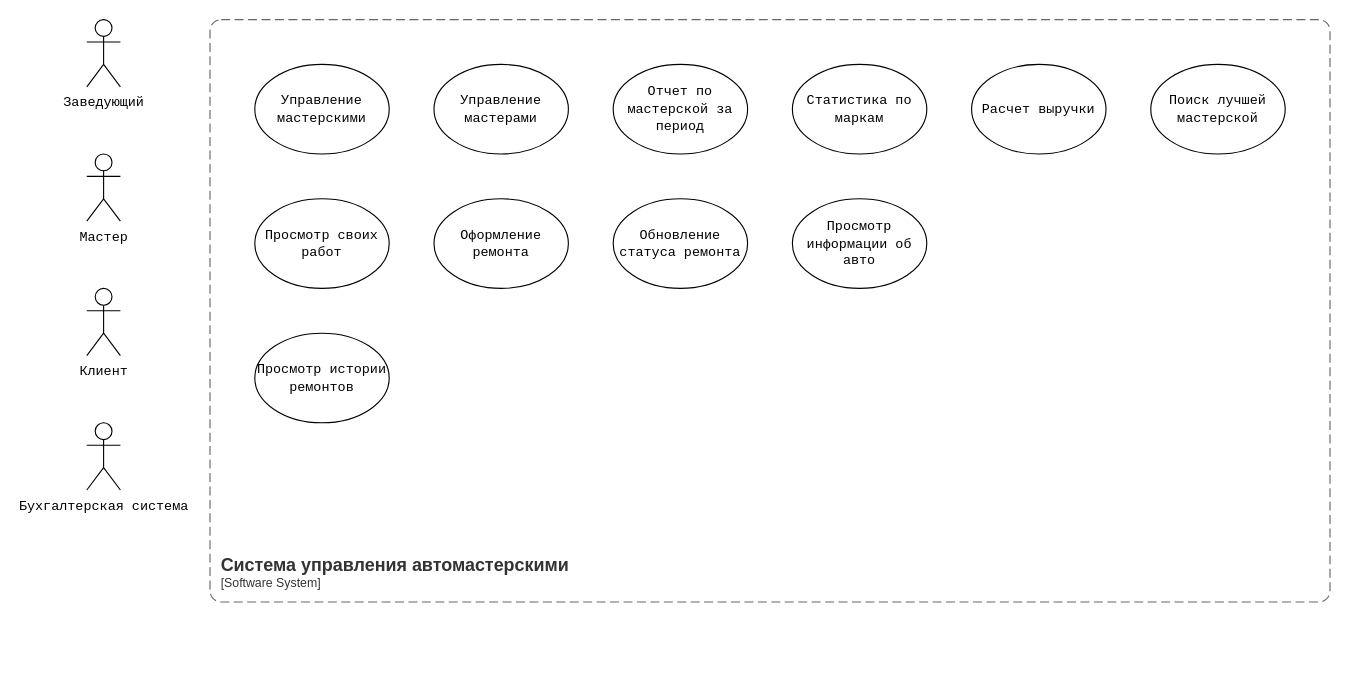
Earlier version of the draw.io diagram drawio/p1.drawio (NgdMav/tpmp-lab4-uml). Source tidied: cells renumbered, new cells numbered last; positions are measured from the earlier drawing's top-left corner, leaving out a move shared by most shapes. Both pictures are drawn from the tidied source at 112%, with x=0, y=0 at pixel (86, 19).
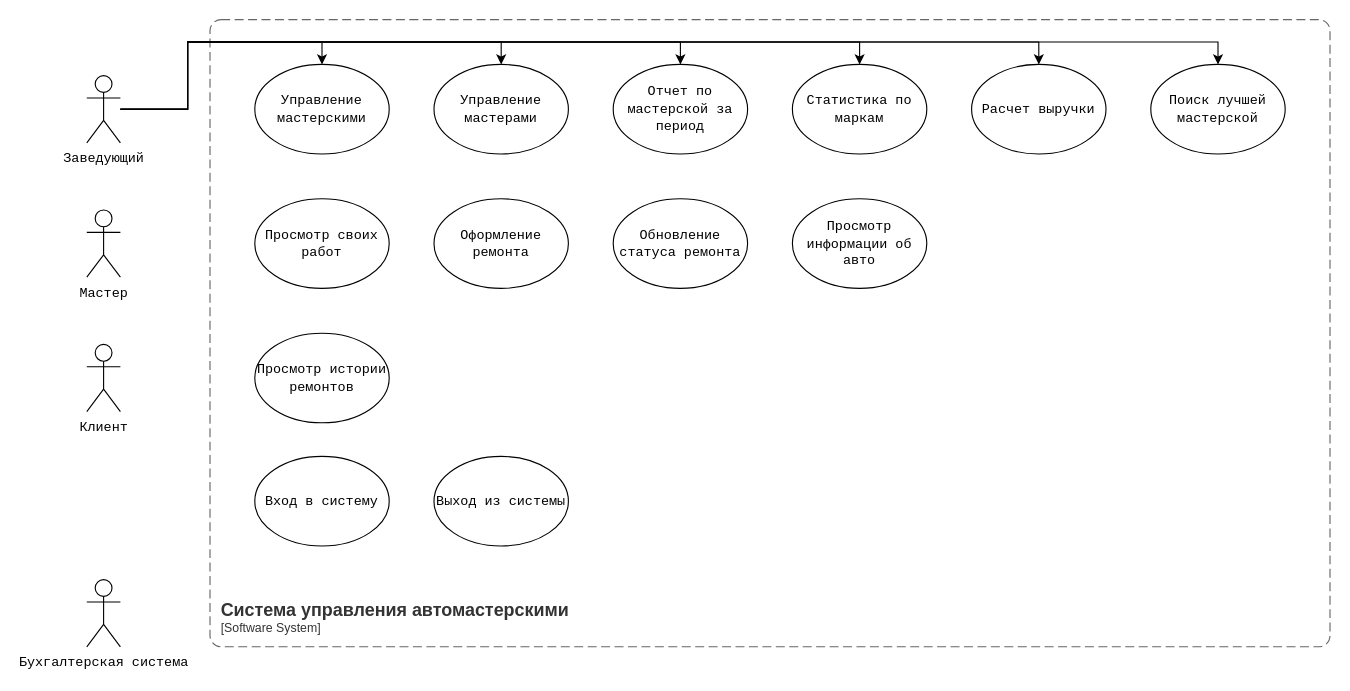
The same page after the edit.

The change refers to these unchanged cells:
```xml
<mxCell id="7" value="&lt;code&gt;Управление мастерскими&lt;/code&gt;" style="ellipse;whiteSpace=wrap;html=1;" parent="1" vertex="1">
  <mxGeometry x="150" y="40" width="120" height="80" as="geometry" />
</mxCell>
<mxCell id="8" value="&lt;code&gt;Управление мастерами&lt;/code&gt;" style="ellipse;whiteSpace=wrap;html=1;" parent="1" vertex="1">
  <mxGeometry x="310" y="40" width="120" height="80" as="geometry" />
</mxCell>
<mxCell id="9" value="&lt;code&gt;Отчет по мастерской за период&lt;/code&gt;" style="ellipse;whiteSpace=wrap;html=1;" parent="1" vertex="1">
  <mxGeometry x="470" y="40" width="120" height="80" as="geometry" />
</mxCell>
<mxCell id="10" value="&lt;code&gt;Статистика по маркам&lt;/code&gt;" style="ellipse;whiteSpace=wrap;html=1;" parent="1" vertex="1">
  <mxGeometry x="630" y="40" width="120" height="80" as="geometry" />
</mxCell>
<mxCell id="11" value="&lt;code&gt;Расчет выручки&lt;/code&gt;" style="ellipse;whiteSpace=wrap;html=1;" parent="1" vertex="1">
  <mxGeometry x="790" y="40" width="120" height="80" as="geometry" />
</mxCell>
<mxCell id="12" value="&lt;code&gt;Поиск лучшей мастерской&lt;/code&gt;" style="ellipse;whiteSpace=wrap;html=1;" parent="1" vertex="1">
  <mxGeometry x="950" y="40" width="120" height="80" as="geometry" />
</mxCell>
```

What changed in the source:
```diff
@@
     <object id="2" label="&lt;font style=&quot;font-size: 16px&quot;&gt;&lt;b&gt;&lt;div style=&quot;text-align: left&quot;&gt;%c4Name%&lt;/div&gt;&lt;/b&gt;&lt;/font&gt;&lt;div style=&quot;text-align: left&quot;&gt;[%c4Application%]&lt;/div&gt;" c4Application="Software System" c4Name="Система управления автомастерскими" placeholders="1">
       <mxCell style="rounded=1;fontSize=11;whiteSpace=wrap;html=1;dashed=1;arcSize=20;fillColor=none;strokeColor=#666666;fontColor=#333333;labelBackgroundColor=none;align=left;verticalAlign=bottom;labelBorderColor=none;spacingTop=0;spacing=10;dashPattern=8 4;perimeter=rectanglePerimeter;noLabel=0;labelPadding=0;absoluteArcSize=1;" parent="1" vertex="1">
-        <mxGeometry x="110" width="1000" height="520" as="geometry" />
+        <mxGeometry x="110" width="1000" height="560" as="geometry" />
       </mxCell>
     </object>
+    <mxCell id="18" style="edgeStyle=orthogonalEdgeStyle;rounded=0;jettySize=auto;html=1;entryX=0.5;entryY=0;entryDx=0;entryDy=0;" parent="1" edge="1" source="3" target="7">
+      <mxGeometry relative="1" as="geometry" />
+    </mxCell>
+    <mxCell id="19" style="edgeStyle=orthogonalEdgeStyle;rounded=0;jettySize=auto;html=1;entryX=0.5;entryY=0;entryDx=0;entryDy=0;" parent="1" edge="1" source="3" target="8">
+      <mxGeometry relative="1" as="geometry">
+        <Array as="points">
+          <mxPoint x="90" y="80" />
+          <mxPoint x="90" y="20" />
+          <mxPoint x="370" y="20" />
+        </Array>
+      </mxGeometry>
+    </mxCell>
+    <mxCell id="20" style="edgeStyle=orthogonalEdgeStyle;rounded=0;jettySize=auto;html=1;entryX=0.5;entryY=0;entryDx=0;entryDy=0;" parent="1" edge="1" source="3" target="9">
+      <mxGeometry relative="1" as="geometry">
+        <Array as="points">
+          <mxPoint x="90" y="80" />
+          <mxPoint x="90" y="20" />
+          <mxPoint x="530" y="20" />
+        </Array>
+      </mxGeometry>
+    </mxCell>
+    <mxCell id="21" style="edgeStyle=orthogonalEdgeStyle;rounded=0;jettySize=auto;html=1;entryX=0.5;entryY=0;entryDx=0;entryDy=0;" parent="1" edge="1" source="3" target="10">
+      <mxGeometry relative="1" as="geometry">
+        <Array as="points">
+          <mxPoint x="90" y="80" />
+          <mxPoint x="90" y="20" />
+          <mxPoint x="690" y="20" />
+        </Array>
+      </mxGeometry>
+    </mxCell>
+    <mxCell id="22" style="edgeStyle=orthogonalEdgeStyle;rounded=0;jettySize=auto;html=1;entryX=0.5;entryY=0;entryDx=0;entryDy=0;" parent="1" edge="1" source="3" target="11">
+      <mxGeometry relative="1" as="geometry">
+        <Array as="points">
+          <mxPoint x="90" y="80" />
+          <mxPoint x="90" y="20" />
+          <mxPoint x="850" y="20" />
+        </Array>
+      </mxGeometry>
+    </mxCell>
+    <mxCell id="23" style="edgeStyle=orthogonalEdgeStyle;rounded=0;jettySize=auto;html=1;entryX=0.5;entryY=0;entryDx=0;entryDy=0;" parent="1" edge="1" source="3" target="12">
+      <mxGeometry relative="1" as="geometry">
+        <Array as="points">
+          <mxPoint x="90" y="80" />
+          <mxPoint x="90" y="20" />
+          <mxPoint x="1010" y="20" />
+        </Array>
+      </mxGeometry>
+    </mxCell>
     <mxCell id="3" value="&lt;code&gt;Заведующий&lt;/code&gt;" style="shape=umlActor;verticalLabelPosition=bottom;verticalAlign=top;html=1;outlineConnect=0;" parent="1" vertex="1">
-      <mxGeometry width="30" height="60" as="geometry" />
+      <mxGeometry y="50" width="30" height="60" as="geometry" />
     </mxCell>
     <mxCell id="4" value="&lt;code&gt;Мастер&lt;/code&gt;" style="shape=umlActor;verticalLabelPosition=bottom;verticalAlign=top;html=1;" parent="1" vertex="1">
-      <mxGeometry y="120" width="30" height="60" as="geometry" />
+      <mxGeometry y="170" width="30" height="60" as="geometry" />
     </mxCell>
     <mxCell id="5" value="&lt;code&gt;Клиент&lt;/code&gt;" style="shape=umlActor;verticalLabelPosition=bottom;verticalAlign=top;html=1;" parent="1" vertex="1">
-      <mxGeometry y="240" width="30" height="60" as="geometry" />
+      <mxGeometry y="290" width="30" height="60" as="geometry" />
     </mxCell>
     <mxCell id="6" value="&lt;code&gt;Бухгалтерская система&lt;/code&gt;" style="shape=umlActor;verticalLabelPosition=bottom;verticalAlign=top;html=1;" parent="1" vertex="1">
-      <mxGeometry y="360" width="30" height="60" as="geometry" />
+      <mxGeometry y="500" width="30" height="60" as="geometry" />
     </mxCell>
@@
+    <mxCell id="24" value="&lt;code&gt;Вход в систему&lt;/code&gt;" style="ellipse;whiteSpace=wrap;html=1;" parent="1" vertex="1">
+      <mxGeometry x="150" y="390" width="120" height="80" as="geometry" />
+    </mxCell>
+    <mxCell id="25" value="&lt;code&gt;Выход из системы&lt;/code&gt;" style="ellipse;whiteSpace=wrap;html=1;" parent="1" vertex="1">
+      <mxGeometry x="310" y="390" width="120" height="80" as="geometry" />
+    </mxCell>
```
